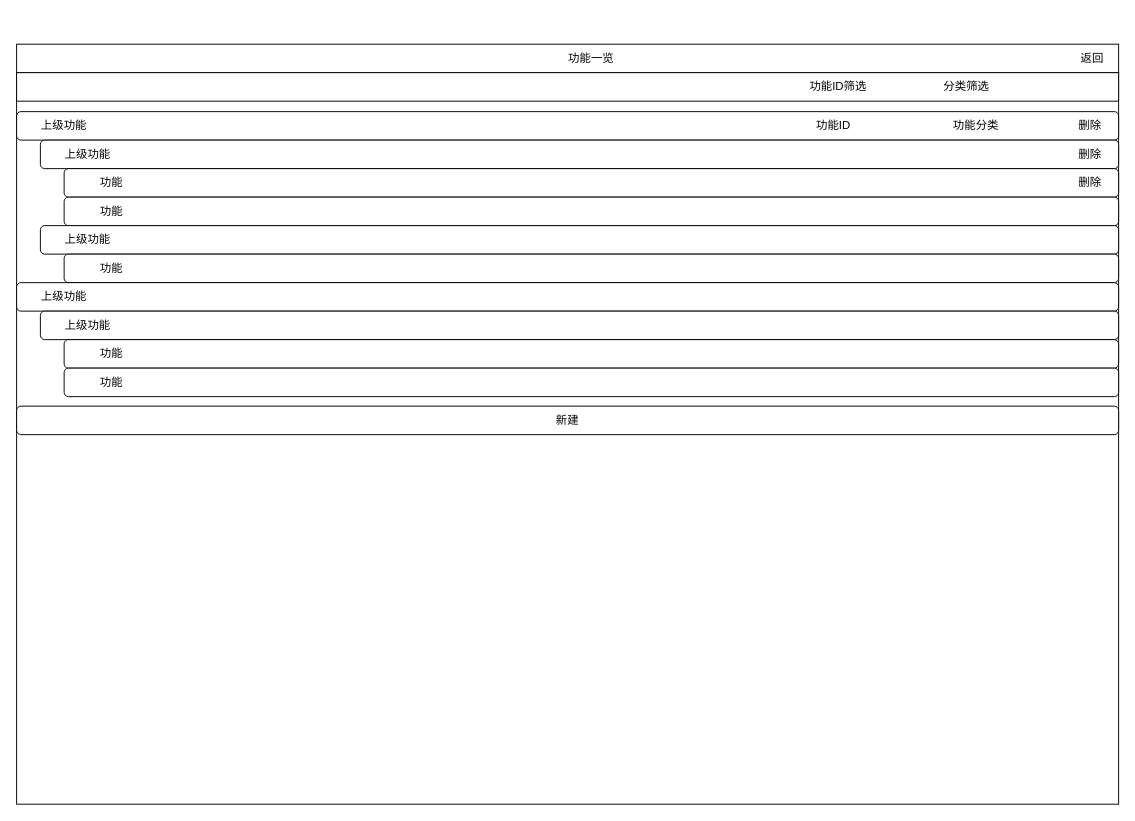
Before: page "pm-project-function-management" (10 of 19) of project-in-action/software-develop-management-system/doc/design/ui/sdms.drawio in callistoctopus/project-all-in-one, a draw.io diagram. Source tidied: cells renumbered, new cells numbered last; positions are measured from the earlier drawing's top-left corner, leaving out a move shared by most shapes. Both pictures are drawn from the tidied source at 95%, with x=0, y=0 at pixel (16, 44).
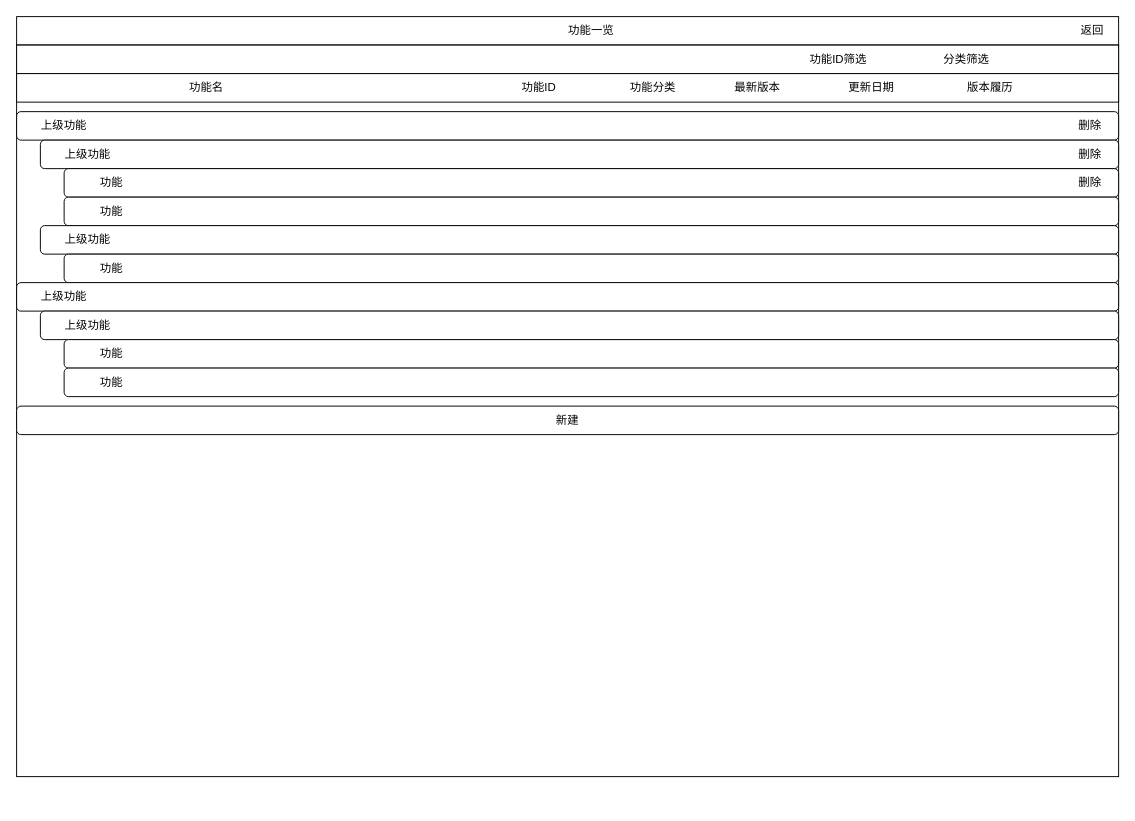
The same page after the edit.

Diff of the diagram source:
```diff
@@
     <mxCell id="2" style="whiteSpace=wrap;html=1;" parent="1" vertex="1">
-      <mxGeometry width="1160" height="30" as="geometry" />
+      <mxGeometry y="-29" width="1160" height="30" as="geometry" />
     </mxCell>
     <mxCell id="3" value="返回" style="text;html=1;strokeColor=none;fillColor=none;align=center;verticalAlign=middle;whiteSpace=wrap;rounded=0;" parent="1" vertex="1">
-      <mxGeometry x="1105" y="5" width="55" height="20" as="geometry" />
+      <mxGeometry x="1105" y="-24" width="55" height="20" as="geometry" />
     </mxCell>
     <mxCell id="4" value="功能一览" style="text;html=1;strokeColor=none;fillColor=none;align=center;verticalAlign=middle;whiteSpace=wrap;rounded=0;" parent="1" vertex="1">
-      <mxGeometry x="530" y="5" width="150" height="20" as="geometry" />
+      <mxGeometry x="530" y="-24" width="150" height="20" as="geometry" />
     </mxCell>
     <mxCell id="5" style="rounded=0;whiteSpace=wrap;html=1;fontSize=12;align=left;verticalAlign=middle;" parent="1" vertex="1">
-      <mxGeometry y="30" width="1160" height="770" as="geometry" />
+      <mxGeometry y="1" width="1160" height="770" as="geometry" />
     </mxCell>
@@
-    <mxCell id="26" value="功能ID" style="text;html=1;strokeColor=none;fillColor=none;align=center;verticalAlign=middle;whiteSpace=wrap;rounded=0;" parent="1" vertex="1">
-      <mxGeometry x="810" y="76" width="100" height="20" as="geometry" />
-    </mxCell>
-    <mxCell id="27" value="功能分类" style="text;html=1;strokeColor=none;fillColor=none;align=center;verticalAlign=middle;whiteSpace=wrap;rounded=0;" parent="1" vertex="1">
-      <mxGeometry x="960" y="76" width="100" height="20" as="geometry" />
-    </mxCell>
@@
     <mxCell id="32" style="rounded=0;whiteSpace=wrap;html=1;align=center;" parent="1" vertex="1">
-      <mxGeometry y="30" width="1160" height="30" as="geometry" />
+      <mxGeometry y="1" width="1160" height="30" as="geometry" />
     </mxCell>
     <mxCell id="33" value="分类筛选" style="text;html=1;strokeColor=none;fillColor=none;align=center;verticalAlign=middle;whiteSpace=wrap;rounded=0;" parent="1" vertex="1">
-      <mxGeometry x="970" y="35" width="60" height="20" as="geometry" />
+      <mxGeometry x="970" y="6" width="60" height="20" as="geometry" />
     </mxCell>
     <mxCell id="34" value="功能ID筛选" style="text;html=1;strokeColor=none;fillColor=none;align=center;verticalAlign=middle;whiteSpace=wrap;rounded=0;" parent="1" vertex="1">
-      <mxGeometry x="830" y="35" width="70" height="20" as="geometry" />
+      <mxGeometry x="830" y="6" width="70" height="20" as="geometry" />
     </mxCell>
+    <mxCell id="35" style="rounded=0;whiteSpace=wrap;html=1;align=center;" parent="1" vertex="1">
+      <mxGeometry y="31" width="1160" height="30" as="geometry" />
+    </mxCell>
+    <mxCell id="26" value="功能ID" style="text;html=1;strokeColor=none;fillColor=none;align=center;verticalAlign=middle;whiteSpace=wrap;rounded=0;" parent="1" vertex="1">
+      <mxGeometry x="500" y="36" width="100" height="20" as="geometry" />
+    </mxCell>
+    <mxCell id="27" value="功能分类" style="text;html=1;strokeColor=none;fillColor=none;align=center;verticalAlign=middle;whiteSpace=wrap;rounded=0;" parent="1" vertex="1">
+      <mxGeometry x="620" y="36" width="100" height="20" as="geometry" />
+    </mxCell>
+    <mxCell id="36" value="最新版本" style="text;html=1;strokeColor=none;fillColor=none;align=center;verticalAlign=middle;whiteSpace=wrap;rounded=0;" parent="1" vertex="1">
+      <mxGeometry x="730" y="36" width="100" height="20" as="geometry" />
+    </mxCell>
+    <mxCell id="37" value="更新日期" style="text;html=1;strokeColor=none;fillColor=none;align=center;verticalAlign=middle;whiteSpace=wrap;rounded=0;" parent="1" vertex="1">
+      <mxGeometry x="850" y="36" width="100" height="20" as="geometry" />
+    </mxCell>
+    <mxCell id="38" value="版本履历" style="text;html=1;strokeColor=none;fillColor=none;align=center;verticalAlign=middle;whiteSpace=wrap;rounded=0;" parent="1" vertex="1">
+      <mxGeometry x="975" y="36" width="100" height="20" as="geometry" />
+    </mxCell>
+    <mxCell id="39" value="功能名" style="text;html=1;strokeColor=none;fillColor=none;align=center;verticalAlign=middle;whiteSpace=wrap;rounded=0;" parent="1" vertex="1">
+      <mxGeometry x="150" y="36" width="100" height="20" as="geometry" />
+    </mxCell>
```
